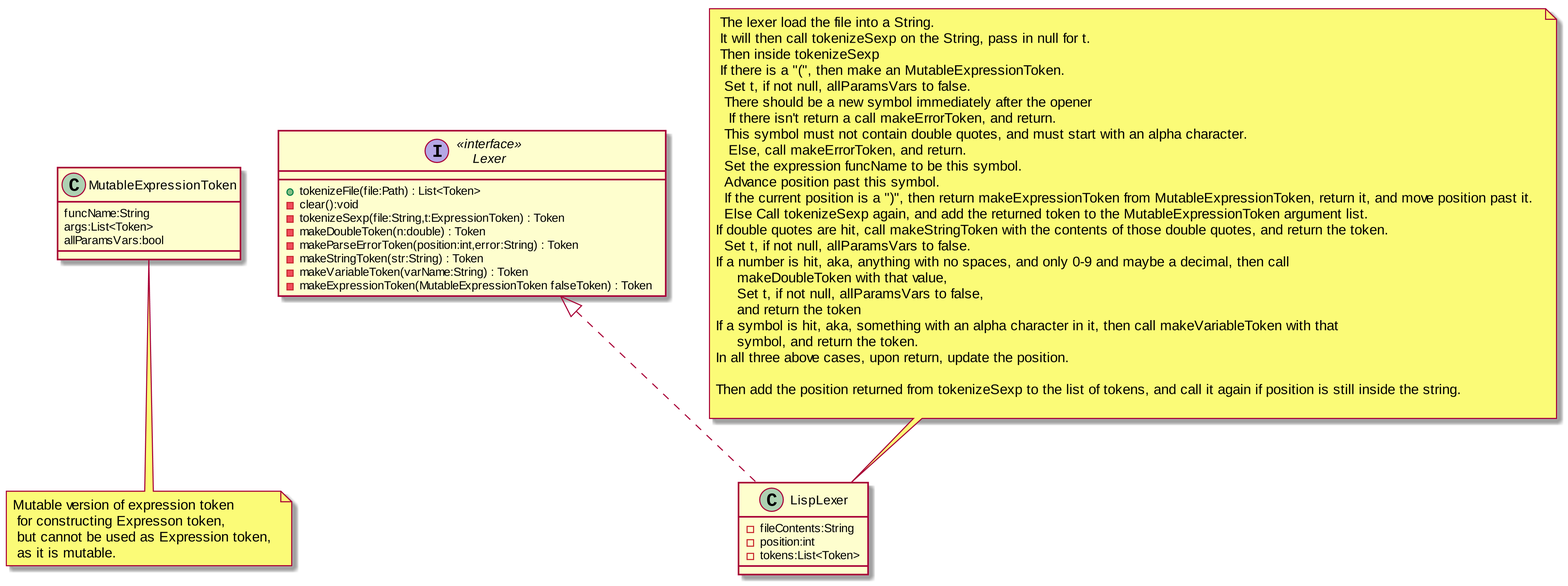
This is Structure/LexerUML.png from MatthewBregg/DesignPatternsRepo, a PlantUML export, as it was before one commit.
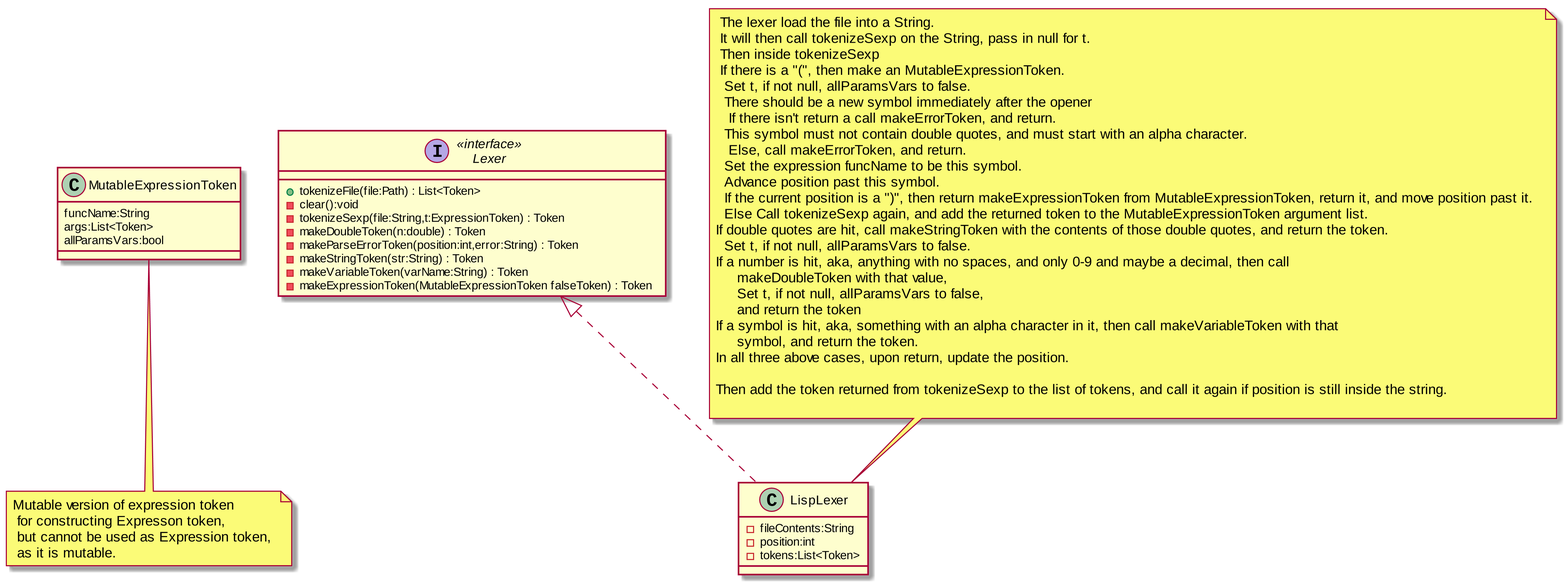
The same file after the commit.

Commit message:
Fixed typo in lexer

What changed in the source:
```diff
@@ -48,7 +48,7 @@
      symbol, and return the token.
 In all three above cases, upon return, update the position.
 
-Then add the position returned from tokenizeSexp to the list of tokens, and call it again if position is still inside the string.
+Then add the token returned from tokenizeSexp to the list of tokens, and call it again if position is still inside the string.
 
 end note
 
```
